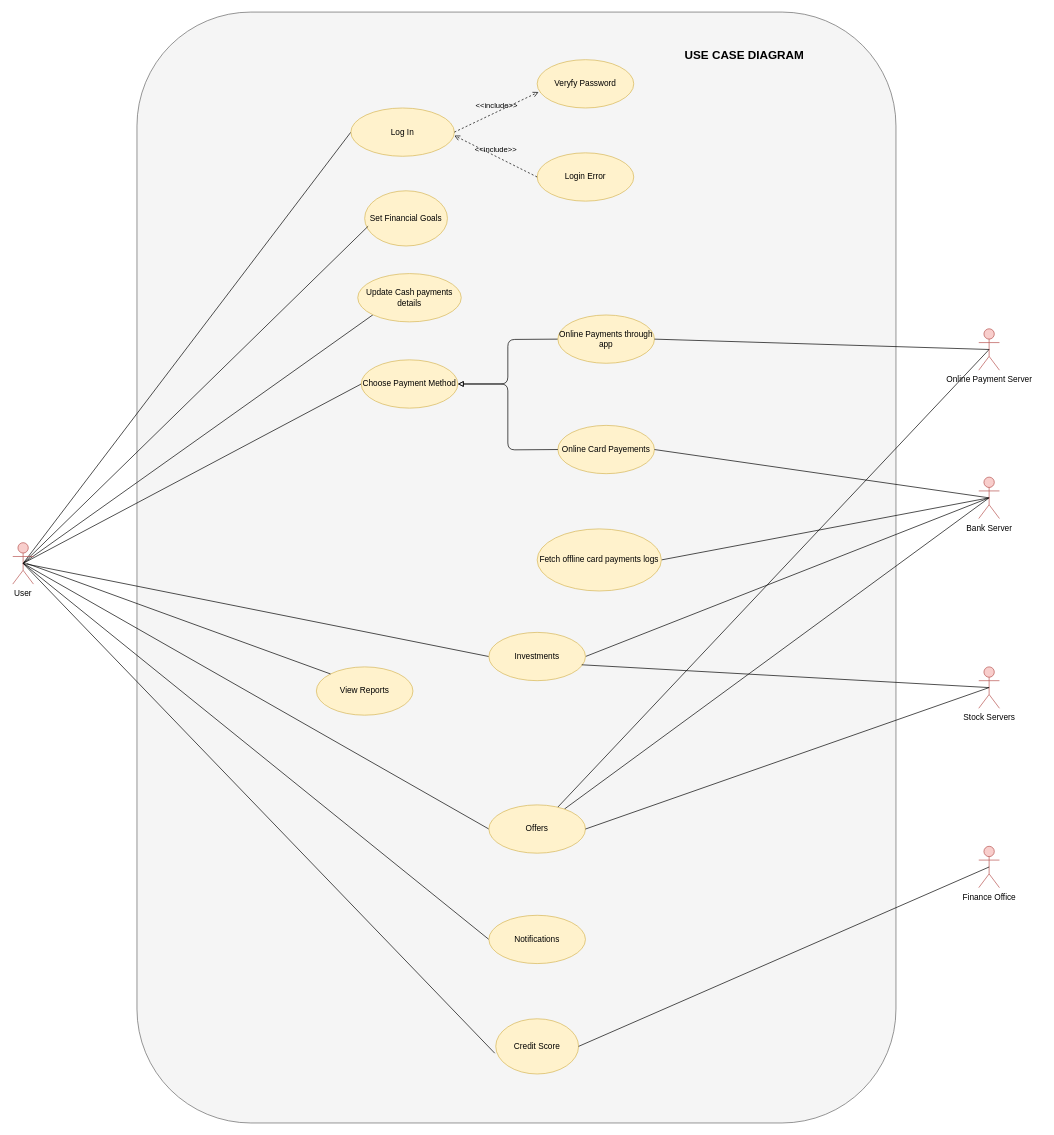
Earlier version of the draw.io diagram Use Case Diagrame.drawio (Aparup007/Expense-Tracker-). Source tidied: cells renumbered, new cells numbered last; positions are measured from the earlier drawing's top-left corner, leaving out a move shared by most shapes. Both pictures are drawn from the tidied source at 69%, with x=0, y=0 at pixel (12, 12).
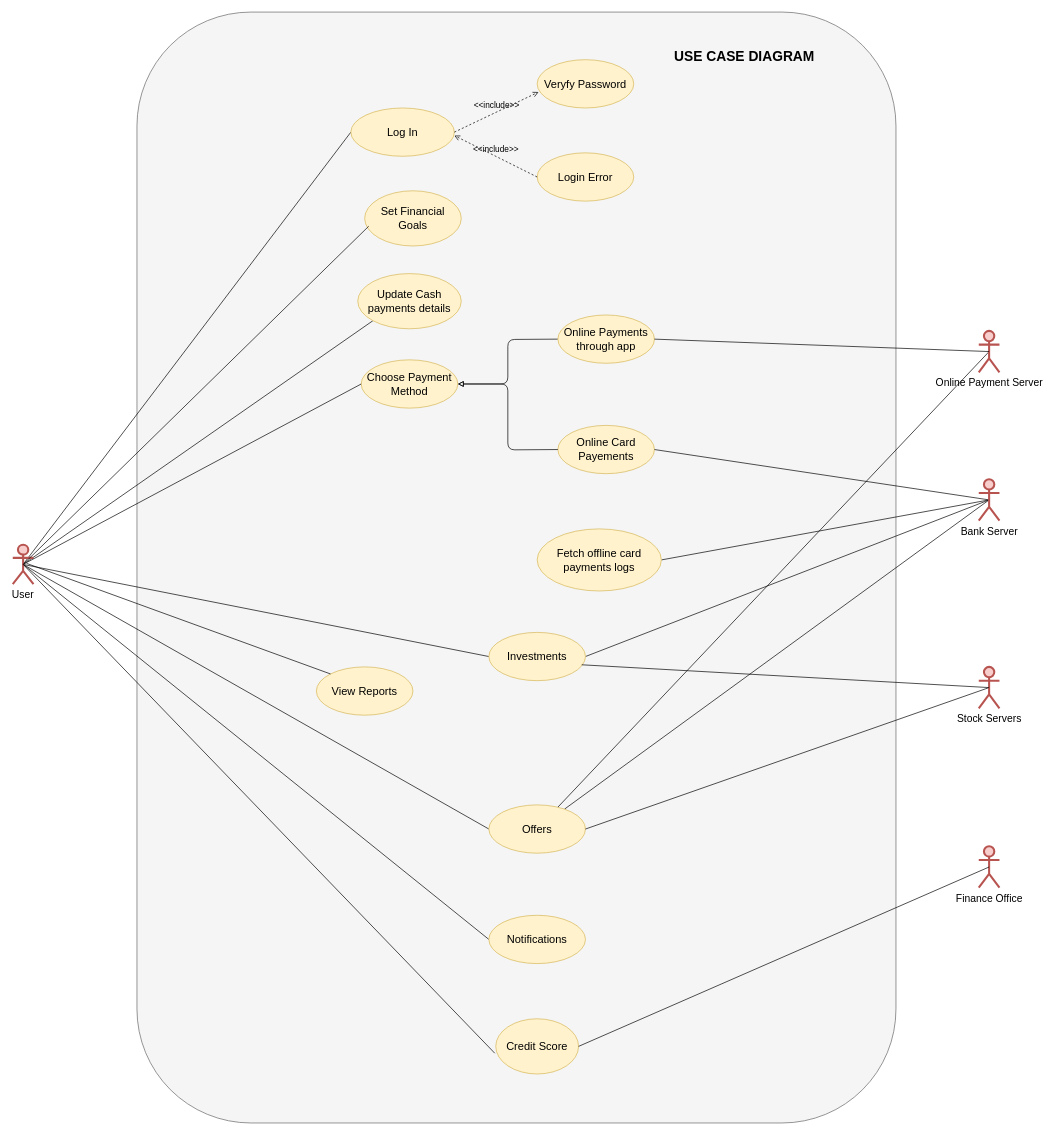
Above is the later version.

Commit message (it also covers changes not shown here):
Updated Use case Diagram

Change to the diagram source:
```diff
@@
-    <mxCell id="9" value="User" style="shape=umlActor;verticalLabelPosition=bottom;verticalAlign=top;rounded=1;labelBackgroundColor=none;fillColor=#f8cecc;strokeColor=#b85450;" parent="1" vertex="1">
-      <mxGeometry y="769" width="30" height="60" as="geometry" />
+    <mxCell id="9" value="User" style="shape=umlActor;verticalLabelPosition=bottom;verticalAlign=top;rounded=1;labelBackgroundColor=none;fillColor=#f8cecc;strokeColor=#b85450;strokeWidth=3;fontSize=15;" parent="1" vertex="1">
+      <mxGeometry y="772" width="30" height="57" as="geometry" />
     </mxCell>
-    <mxCell id="10" value="Online Card Payements" style="ellipse;whiteSpace=wrap;html=1;rounded=1;labelBackgroundColor=none;fillColor=#fff2cc;strokeColor=#d6b656;" parent="1" vertex="1">
+    <mxCell id="10" value="Online Card Payements" style="ellipse;whiteSpace=wrap;html=1;rounded=1;labelBackgroundColor=none;fillColor=#fff2cc;strokeColor=#d6b656;fontSize=16;" parent="1" vertex="1">
       <mxGeometry x="790" y="599" width="140" height="70" as="geometry" />
     </mxCell>
-    <mxCell id="11" value="Update Cash payments details" style="ellipse;whiteSpace=wrap;html=1;rounded=1;labelBackgroundColor=none;fillColor=#fff2cc;strokeColor=#d6b656;" parent="1" vertex="1">
-      <mxGeometry x="500" y="379" width="150" height="70" as="geometry" />
+    <mxCell id="11" value="Update Cash payments details" style="ellipse;whiteSpace=wrap;html=1;rounded=1;labelBackgroundColor=none;fillColor=#fff2cc;strokeColor=#d6b656;fontSize=16;" parent="1" vertex="1">
+      <mxGeometry x="500" y="379" width="150" height="80" as="geometry" />
     </mxCell>
@@
-    <mxCell id="13" value="Online Payments through app" style="ellipse;whiteSpace=wrap;html=1;rounded=1;labelBackgroundColor=none;fillColor=#fff2cc;strokeColor=#d6b656;" parent="1" vertex="1">
+    <mxCell id="13" value="Online Payments through app" style="ellipse;whiteSpace=wrap;html=1;rounded=1;labelBackgroundColor=none;fillColor=#fff2cc;strokeColor=#d6b656;fontSize=16;" parent="1" vertex="1">
       <mxGeometry x="790" y="439" width="140" height="70" as="geometry" />
     </mxCell>
@@
-    <mxCell id="18" value="Bank Server" style="shape=umlActor;verticalLabelPosition=bottom;verticalAlign=top;html=1;outlineConnect=0;rounded=1;labelBackgroundColor=none;fillColor=#f8cecc;strokeColor=#b85450;" parent="1" vertex="1">
-      <mxGeometry x="1400" y="674" width="30" height="60" as="geometry" />
+    <mxCell id="18" value="Bank Server" style="shape=umlActor;verticalLabelPosition=bottom;verticalAlign=top;html=1;outlineConnect=0;rounded=1;labelBackgroundColor=none;fillColor=#f8cecc;strokeColor=#b85450;strokeWidth=3;fontSize=15;" parent="1" vertex="1">
+      <mxGeometry x="1400" y="677" width="30" height="60" as="geometry" />
     </mxCell>
@@
-    <mxCell id="20" value="Online Payment Server" style="shape=umlActor;verticalLabelPosition=bottom;verticalAlign=top;html=1;outlineConnect=0;rounded=1;labelBackgroundColor=none;fillColor=#f8cecc;strokeColor=#b85450;" parent="1" vertex="1">
-      <mxGeometry x="1400" y="459" width="30" height="60" as="geometry" />
+    <mxCell id="20" value="Online Payment Server" style="shape=umlActor;verticalLabelPosition=bottom;verticalAlign=top;html=1;outlineConnect=0;rounded=1;labelBackgroundColor=none;fillColor=#f8cecc;strokeColor=#b85450;strokeWidth=3;fontSize=15;" parent="1" vertex="1">
+      <mxGeometry x="1400" y="462" width="30" height="60" as="geometry" />
     </mxCell>
-    <mxCell id="21" value="Investments" style="ellipse;whiteSpace=wrap;html=1;rounded=1;labelBackgroundColor=none;fillColor=#fff2cc;strokeColor=#d6b656;" parent="1" vertex="1">
+    <mxCell id="21" value="Investments" style="ellipse;whiteSpace=wrap;html=1;rounded=1;labelBackgroundColor=none;fillColor=#fff2cc;strokeColor=#d6b656;fontSize=16;" parent="1" vertex="1">
       <mxGeometry x="690" y="899" width="140" height="70" as="geometry" />
     </mxCell>
-    <mxCell id="22" value="Offers" style="ellipse;whiteSpace=wrap;html=1;rounded=1;labelBackgroundColor=none;fillColor=#fff2cc;strokeColor=#d6b656;" parent="1" vertex="1">
+    <mxCell id="22" value="Offers" style="ellipse;whiteSpace=wrap;html=1;rounded=1;labelBackgroundColor=none;fillColor=#fff2cc;strokeColor=#d6b656;fontSize=16;" parent="1" vertex="1">
       <mxGeometry x="690" y="1149" width="140" height="70" as="geometry" />
     </mxCell>
@@
-    <mxCell id="24" value="Stock Servers" style="shape=umlActor;verticalLabelPosition=bottom;verticalAlign=top;html=1;rounded=1;labelBackgroundColor=none;fillColor=#f8cecc;strokeColor=#b85450;" parent="1" vertex="1">
+    <mxCell id="24" value="Stock Servers" style="shape=umlActor;verticalLabelPosition=bottom;verticalAlign=top;html=1;rounded=1;labelBackgroundColor=none;fillColor=#f8cecc;strokeColor=#b85450;strokeWidth=3;fontSize=15;" parent="1" vertex="1">
       <mxGeometry x="1400" y="949" width="30" height="60" as="geometry" />
     </mxCell>
-    <mxCell id="25" value="View Reports" style="ellipse;whiteSpace=wrap;html=1;rounded=1;labelBackgroundColor=none;fillColor=#fff2cc;strokeColor=#d6b656;" parent="1" vertex="1">
+    <mxCell id="25" value="View Reports" style="ellipse;whiteSpace=wrap;html=1;rounded=1;labelBackgroundColor=none;fillColor=#fff2cc;strokeColor=#d6b656;fontSize=16;" parent="1" vertex="1">
       <mxGeometry x="440" y="949" width="140" height="70" as="geometry" />
     </mxCell>
-    <mxCell id="26" value="Notifications" style="ellipse;whiteSpace=wrap;html=1;rounded=1;labelBackgroundColor=none;fillColor=#fff2cc;strokeColor=#d6b656;" parent="1" vertex="1">
+    <mxCell id="26" value="Notifications" style="ellipse;whiteSpace=wrap;html=1;rounded=1;labelBackgroundColor=none;fillColor=#fff2cc;strokeColor=#d6b656;fontSize=16;" parent="1" vertex="1">
       <mxGeometry x="690" y="1309" width="140" height="70" as="geometry" />
     </mxCell>
-    <mxCell id="27" value="Choose Payment Method" style="ellipse;whiteSpace=wrap;html=1;rounded=1;labelBackgroundColor=none;fillColor=#fff2cc;strokeColor=#d6b656;" parent="1" vertex="1">
+    <mxCell id="27" value="Choose Payment Method" style="ellipse;whiteSpace=wrap;html=1;rounded=1;labelBackgroundColor=none;fillColor=#fff2cc;strokeColor=#d6b656;fontSize=16;" parent="1" vertex="1">
       <mxGeometry x="505" y="504" width="140" height="70" as="geometry" />
     </mxCell>
-    <mxCell id="28" value="Log In" style="ellipse;whiteSpace=wrap;html=1;rounded=1;labelBackgroundColor=none;fillColor=#fff2cc;strokeColor=#d6b656;" parent="1" vertex="1">
+    <mxCell id="28" value="Log In" style="ellipse;whiteSpace=wrap;html=1;rounded=1;labelBackgroundColor=none;fillColor=#fff2cc;strokeColor=#d6b656;fontSize=16;" parent="1" vertex="1">
       <mxGeometry x="490" y="139" width="150" height="70" as="geometry" />
     </mxCell>
-    <mxCell id="29" value="Veryfy Password" style="ellipse;whiteSpace=wrap;html=1;rounded=1;labelBackgroundColor=none;fillColor=#fff2cc;strokeColor=#d6b656;" parent="1" vertex="1">
+    <mxCell id="29" value="Veryfy Password" style="ellipse;whiteSpace=wrap;html=1;rounded=1;labelBackgroundColor=none;fillColor=#fff2cc;strokeColor=#d6b656;fontSize=16;" parent="1" vertex="1">
       <mxGeometry x="760" y="69" width="140" height="70" as="geometry" />
     </mxCell>
-    <mxCell id="30" value="Login Error" style="ellipse;whiteSpace=wrap;html=1;rounded=1;labelBackgroundColor=none;fillColor=#fff2cc;strokeColor=#d6b656;" parent="1" vertex="1">
+    <mxCell id="30" value="Login Error" style="ellipse;whiteSpace=wrap;html=1;rounded=1;labelBackgroundColor=none;fillColor=#fff2cc;strokeColor=#d6b656;fontSize=16;" parent="1" vertex="1">
       <mxGeometry x="760" y="204" width="140" height="70" as="geometry" />
     </mxCell>
-    <mxCell id="31" value="Credit Score" style="ellipse;whiteSpace=wrap;html=1;rounded=1;labelBackgroundColor=none;fillColor=#fff2cc;strokeColor=#d6b656;" parent="1" vertex="1">
+    <mxCell id="31" value="Credit Score" style="ellipse;whiteSpace=wrap;html=1;rounded=1;labelBackgroundColor=none;fillColor=#fff2cc;strokeColor=#d6b656;fontSize=16;" parent="1" vertex="1">
       <mxGeometry x="700" y="1459" width="120" height="80" as="geometry" />
     </mxCell>
-    <mxCell id="32" value="Fetch offline card payments logs" style="ellipse;whiteSpace=wrap;html=1;rounded=1;labelBackgroundColor=none;fillColor=#fff2cc;strokeColor=#d6b656;" parent="1" vertex="1">
+    <mxCell id="32" value="Fetch offline card &lt;br style=&quot;font-size: 16px;&quot;&gt;payments logs" style="ellipse;whiteSpace=wrap;html=1;rounded=1;labelBackgroundColor=none;fillColor=#fff2cc;strokeColor=#d6b656;fontSize=16;" parent="1" vertex="1">
       <mxGeometry x="760" y="749" width="180" height="90" as="geometry" />
     </mxCell>
@@
-    <mxCell id="36" value="&amp;lt;&amp;lt;include&amp;gt;&amp;gt;" style="html=1;verticalAlign=bottom;labelBackgroundColor=none;endArrow=open;endFill=0;dashed=1;rounded=1;entryX=0.014;entryY=0.671;entryDx=0;entryDy=0;entryPerimeter=0;fontColor=default;" parent="1" edge="1" target="29">
+    <mxCell id="36" value="&lt;font style=&quot;font-size: 12px;&quot;&gt;&amp;lt;&amp;lt;include&amp;gt;&amp;gt;&lt;/font&gt;" style="html=1;verticalAlign=bottom;labelBackgroundColor=none;endArrow=open;endFill=0;dashed=1;rounded=1;entryX=0.014;entryY=0.671;entryDx=0;entryDy=0;entryPerimeter=0;fontColor=default;" parent="1" edge="1" target="29">
       <mxGeometry relative="1" as="geometry">
         <mxPoint x="640" y="174" as="sourcePoint" />
       </mxGeometry>
     </mxCell>
-    <mxCell id="37" value="&amp;lt;&amp;lt;include&amp;gt;&amp;gt;" style="html=1;verticalAlign=bottom;labelBackgroundColor=none;endArrow=open;endFill=0;dashed=1;rounded=1;exitX=0;exitY=0.5;exitDx=0;exitDy=0;fontColor=default;" parent="1" edge="1" source="30">
+    <mxCell id="37" value="&lt;font style=&quot;font-size: 12px;&quot;&gt;&amp;lt;&amp;lt;include&amp;gt;&amp;gt;&lt;/font&gt;" style="html=1;verticalAlign=bottom;labelBackgroundColor=none;endArrow=open;endFill=0;dashed=1;rounded=1;exitX=0;exitY=0.5;exitDx=0;exitDy=0;fontColor=default;" parent="1" edge="1" source="30">
       <mxGeometry relative="1" as="geometry">
         <mxPoint x="640" y="179" as="targetPoint" />
       </mxGeometry>
     </mxCell>
@@
-    <mxCell id="40" value="Finance Office" style="shape=umlActor;verticalLabelPosition=bottom;verticalAlign=top;html=1;rounded=1;labelBackgroundColor=none;fillColor=#f8cecc;strokeColor=#b85450;" parent="1" vertex="1">
+    <mxCell id="40" value="Finance Office" style="shape=umlActor;verticalLabelPosition=bottom;verticalAlign=top;html=1;rounded=1;labelBackgroundColor=none;fillColor=#f8cecc;strokeColor=#b85450;strokeWidth=3;fontSize=15;" parent="1" vertex="1">
       <mxGeometry x="1400" y="1209" width="30" height="60" as="geometry" />
     </mxCell>
@@
-    <mxCell id="42" value="Set Financial Goals" style="ellipse;whiteSpace=wrap;html=1;rounded=1;labelBackgroundColor=none;fillColor=#fff2cc;strokeColor=#d6b656;" parent="1" vertex="1">
-      <mxGeometry x="510" y="259" width="120" height="80" as="geometry" />
+    <mxCell id="42" value="Set Financial Goals" style="ellipse;whiteSpace=wrap;html=1;rounded=1;labelBackgroundColor=none;fillColor=#fff2cc;strokeColor=#d6b656;fontSize=16;" parent="1" vertex="1">
+      <mxGeometry x="510" y="259" width="140" height="80" as="geometry" />
     </mxCell>
-    <mxCell id="43" style="rounded=1;jettySize=auto;html=1;exitX=0.5;exitY=0.5;exitDx=0;exitDy=0;exitPerimeter=0;entryX=-0.012;entryY=0.624;entryDx=0;entryDy=0;entryPerimeter=0;endArrow=none;endFill=0;labelBackgroundColor=none;fontColor=default;" parent="1" edge="1" source="9" target="31">
+    <mxCell id="43" style="rounded=1;jettySize=auto;html=1;exitX=0.5;exitY=0.5;exitDx=0;exitDy=0;exitPerimeter=0;entryX=-0.012;entryY=0.624;entryDx=0;entryDy=0;entryPerimeter=0;endArrow=none;endFill=0;labelBackgroundColor=none;fontColor=default;fontSize=15;" parent="1" edge="1" source="9" target="31">
       <mxGeometry relative="1" as="geometry" />
     </mxCell>
@@
-    <mxCell id="45" value="USE CASE DIAGRAM" style="text;html=1;align=center;verticalAlign=middle;strokeColor=none;fillColor=none;fontStyle=1;fontSize=17;" parent="1" vertex="1">
-      <mxGeometry x="960" y="49" width="200" height="30" as="geometry" />
+    <mxCell id="45" value="&lt;font style=&quot;font-size: 20px;&quot;&gt;USE CASE DIAGRAM&lt;/font&gt;" style="text;html=1;align=center;verticalAlign=middle;strokeColor=none;fillColor=none;fontStyle=1;fontSize=20;strokeWidth=4;" parent="1" vertex="1">
+      <mxGeometry x="945" y="44" width="230" height="40" as="geometry" />
     </mxCell>
```
